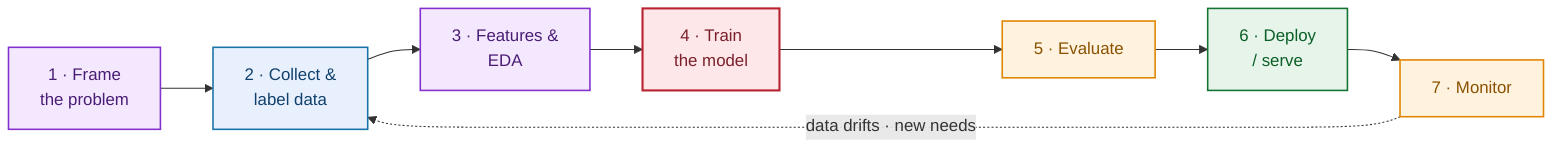
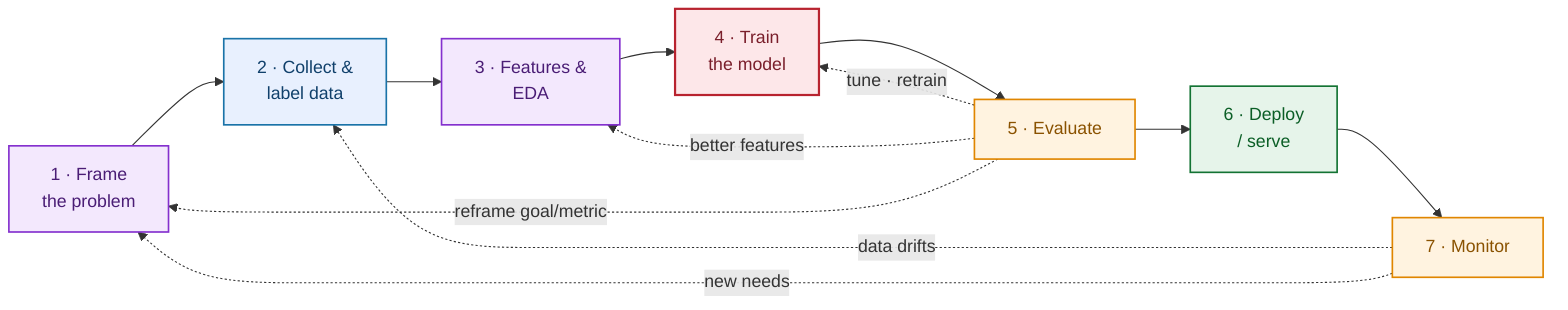
flowchart LR
  A[1 · Frame<br/>the problem] --> B[2 · Collect &amp;<br/>label data]
  B --> C[3 · Features &amp;<br/>EDA]
  C --> D[4 · Train<br/>the model]
  D --> E[5 · Evaluate]
  E --> F[6 · Deploy<br/>/ serve]
  F --> G[7 · Monitor]
-   G -. data drifts · new needs .-> B
+   E -. tune · retrain .-> D
+   E -. better features .-> C
+   E -. reframe goal/metric .-> A
+   G -. data drifts .-> B
+   G -. new needs .-> A

  classDef inp   fill:#e8f0fe,stroke:#1a73a8,color:#10406b,stroke-width:1.5px;
  classDef proc  fill:#f3e8fd,stroke:#8430ce,color:#4a1d75,stroke-width:1.5px;
  classDef model fill:#fde7e9,stroke:#b8232f,color:#7a1f2b,stroke-width:2px;
  classDef good  fill:#e6f4ea,stroke:#137333,color:#0b5e26,stroke-width:1.5px;
  classDef warn  fill:#fff3e0,stroke:#e08600,color:#8a5200,stroke-width:1.5px;
  classDef store fill:#eceff1,stroke:#5f7d8c,color:#324a54,stroke-width:1.5px;
  class A,C proc;
  class B inp;
  class D model;
  class E,G warn;
  class F good;
